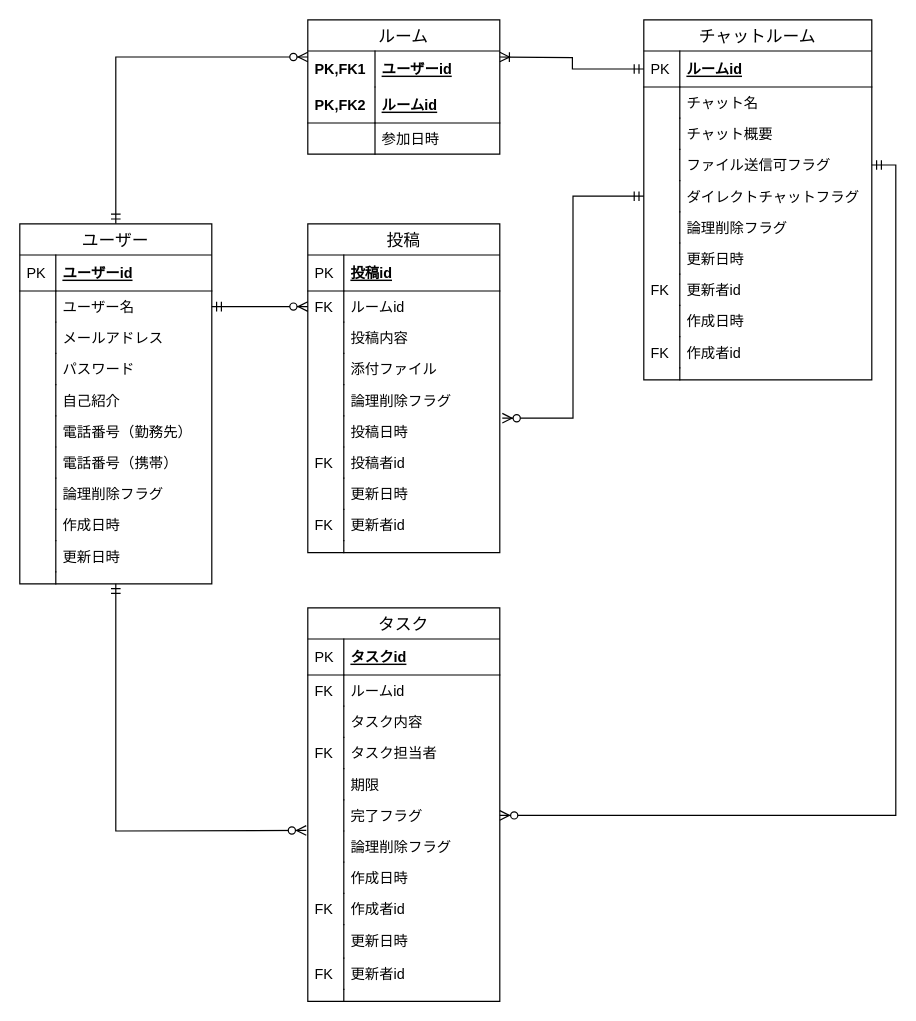
Above: db/db-challenge1/db-challenge1.drawio in takumi98/quelcode-db (draw.io), before the change. Source tidied: cells renumbered, new cells numbered last; positions are measured from the earlier drawing's top-left corner, leaving out a move shared by most shapes. Both pictures are drawn from the tidied source at 120%, with x=0, y=0 at pixel (19, 19).
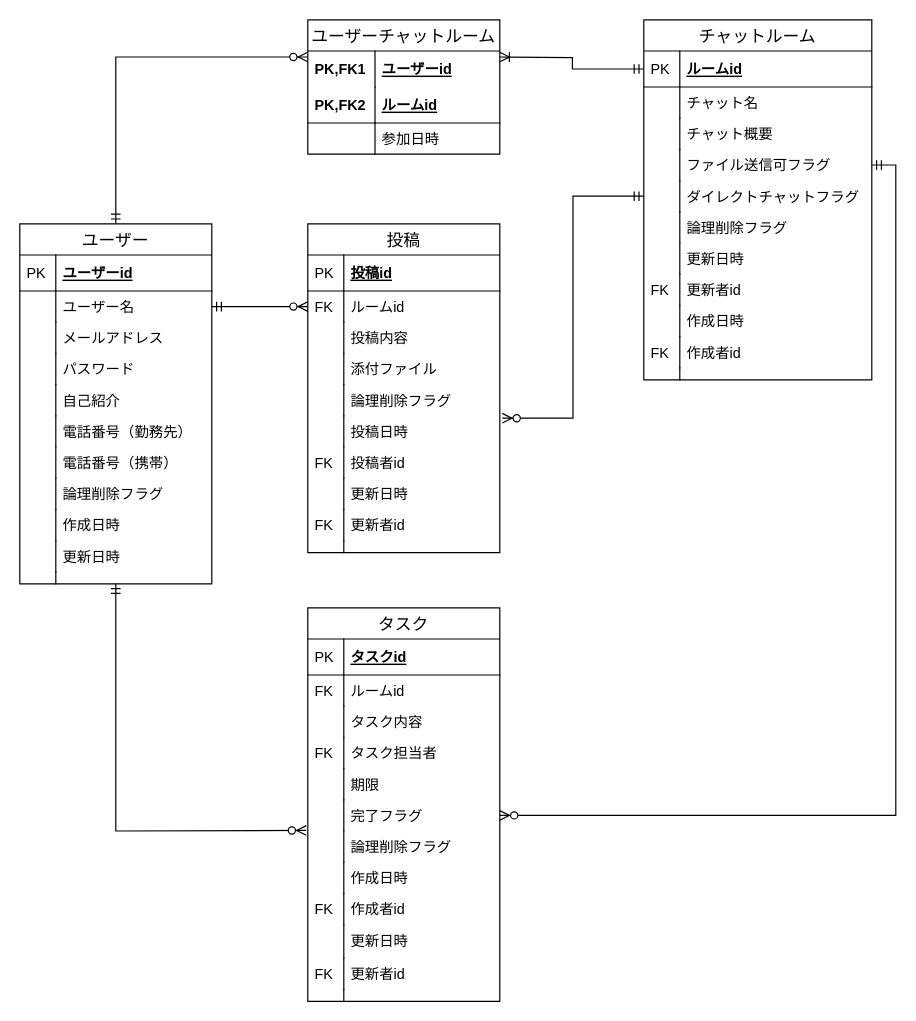
After the change.

Commit message:
テーブル名を変更しました

What changed in the source:
```diff
@@
-    <mxCell id="4" value="ルーム" style="swimlane;fontStyle=0;horizontal=1;startSize=26;align=center;fontSize=14;" parent="1" vertex="1">
+    <mxCell id="4" value="ユーザーチャットルーム" style="swimlane;fontStyle=0;horizontal=1;startSize=26;align=center;fontSize=14;" parent="1" vertex="1">
       <mxGeometry x="240" width="160" height="112" as="geometry" />
     </mxCell>
```
